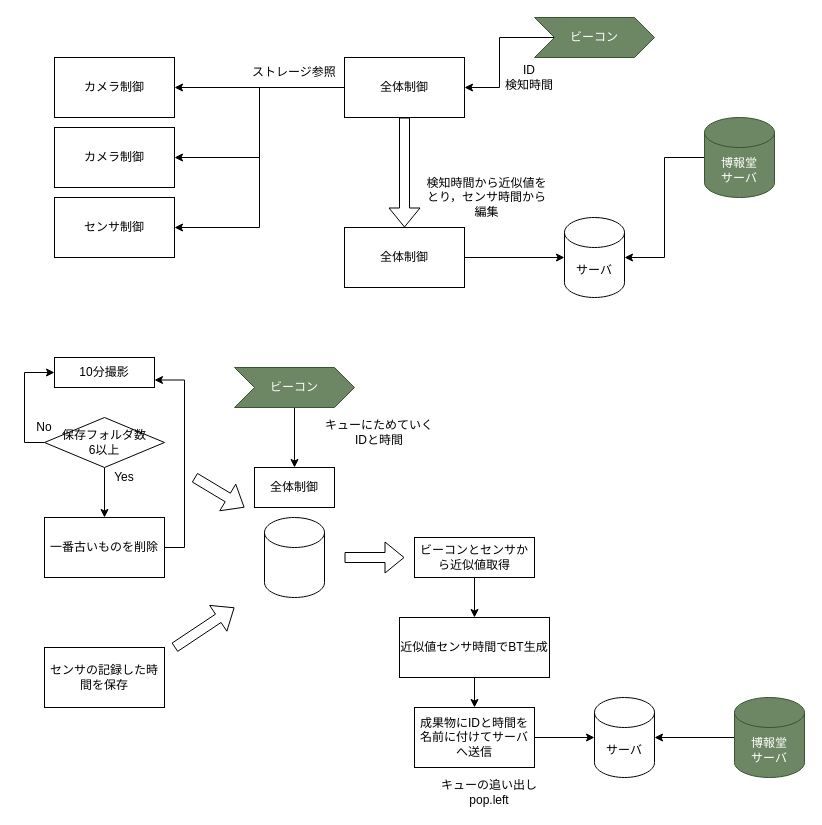
Earlier version of the draw.io diagram page "Page-2" (2 of 2) of BT設計.drawio (consomme67/Develop). Source tidied: cells renumbered, new cells numbered last; positions are measured from the earlier drawing's top-left corner, leaving out a move shared by most shapes. Both pictures are drawn from the tidied source at 100%, with x=0, y=0 at pixel (24, 17).
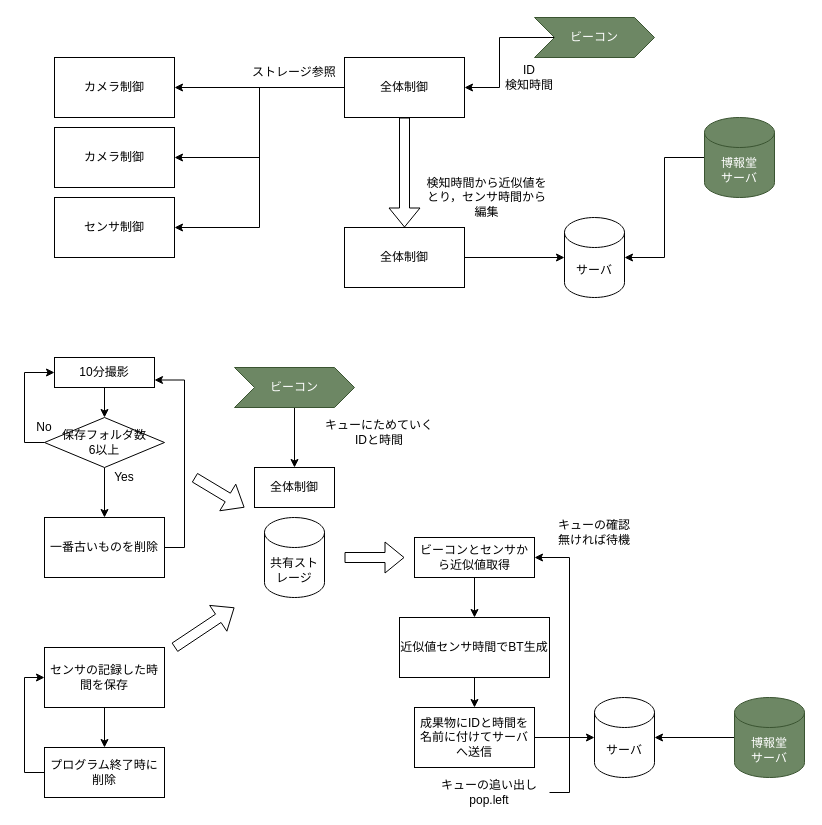
The same diagram, later.

The change refers to these unchanged cells:
```xml
<mxCell id="20" value="10分撮影" style="rounded=0;whiteSpace=wrap;html=1;" parent="1" vertex="1">
  <mxGeometry x="30" y="340" width="100" height="30" as="geometry" />
</mxCell>
<mxCell id="23" value="保存フォルダ数&lt;br&gt;6以上" style="rhombus;whiteSpace=wrap;html=1;" parent="1" vertex="1">
  <mxGeometry x="20" y="400" width="120" height="50" as="geometry" />
</mxCell>
<mxCell id="28" value="センサの記録した時間を保存" style="rounded=0;whiteSpace=wrap;html=1;" parent="1" vertex="1">
  <mxGeometry x="20" y="630" width="120" height="60" as="geometry" />
</mxCell>
<mxCell id="37" value="ビーコンとセンサから近似値取得" style="rounded=0;whiteSpace=wrap;html=1;" parent="1" vertex="1">
  <mxGeometry x="390" y="520" width="120" height="40" as="geometry" />
</mxCell>
<mxCell id="46" value="キューの追い出し&lt;br&gt;pop.left" style="text;html=1;strokeColor=none;fillColor=none;align=center;verticalAlign=middle;whiteSpace=wrap;rounded=0;" parent="1" vertex="1">
  <mxGeometry x="405" y="760" width="120" height="30" as="geometry" />
</mxCell>
```

The edit, as a diff of the source:
```diff
@@
+    <mxCell id="47" style="edgeStyle=orthogonalEdgeStyle;rounded=0;jettySize=auto;html=1;exitX=0.5;exitY=1;exitDx=0;exitDy=0;" parent="1" edge="1" source="20" target="23">
+      <mxGeometry relative="1" as="geometry" />
+    </mxCell>
@@
+    <mxCell id="48" style="edgeStyle=orthogonalEdgeStyle;rounded=0;jettySize=auto;html=1;entryX=0.5;entryY=0;entryDx=0;entryDy=0;" parent="1" edge="1" source="28" target="51">
+      <mxGeometry relative="1" as="geometry" />
+    </mxCell>
@@
-    <mxCell id="29" style="shape=cylinder3;whiteSpace=wrap;html=1;boundedLbl=1;backgroundOutline=1;size=15;" parent="1" vertex="1">
+    <mxCell id="29" value="共有ストレージ" style="shape=cylinder3;whiteSpace=wrap;html=1;boundedLbl=1;backgroundOutline=1;size=15;" parent="1" vertex="1">
       <mxGeometry x="240" y="500" width="60" height="80" as="geometry" />
     </mxCell>
@@
+    <mxCell id="49" style="edgeStyle=orthogonalEdgeStyle;rounded=0;jettySize=auto;html=1;entryX=1;entryY=0.5;entryDx=0;entryDy=0;exitX=1;exitY=0.5;exitDx=0;exitDy=0;" parent="1" edge="1" source="46" target="37">
+      <mxGeometry relative="1" as="geometry" />
+    </mxCell>
@@
+    <mxCell id="50" style="edgeStyle=orthogonalEdgeStyle;rounded=0;jettySize=auto;html=1;entryX=0;entryY=0.5;entryDx=0;entryDy=0;exitX=0;exitY=0.5;exitDx=0;exitDy=0;" parent="1" edge="1" source="51" target="28">
+      <mxGeometry relative="1" as="geometry" />
+    </mxCell>
+    <mxCell id="51" value="プログラム終了時に削除" style="rounded=0;whiteSpace=wrap;html=1;" parent="1" vertex="1">
+      <mxGeometry x="20" y="730" width="120" height="50" as="geometry" />
+    </mxCell>
+    <mxCell id="52" value="キューの確認&lt;br&gt;無ければ待機" style="text;html=1;strokeColor=none;fillColor=none;align=center;verticalAlign=middle;whiteSpace=wrap;rounded=0;" parent="1" vertex="1">
+      <mxGeometry x="510" y="500" width="120" height="30" as="geometry" />
+    </mxCell>
```
